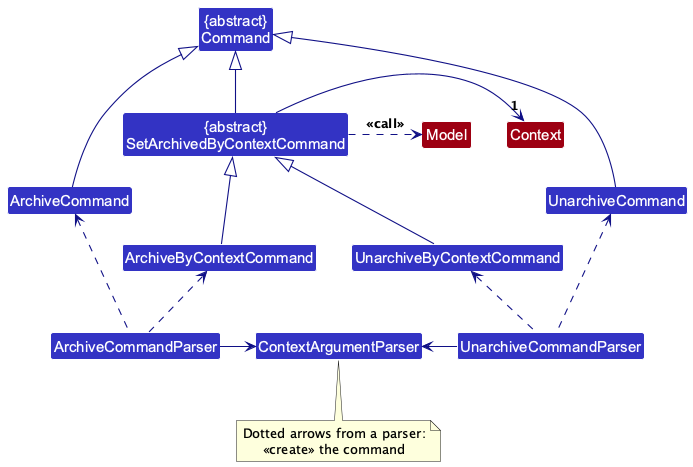
This is docs/images/ArchiveCommandClassDiagram.png from AY2627S1-CS2103T-W10-2/tp, a PlantUML export, as it was before one commit.
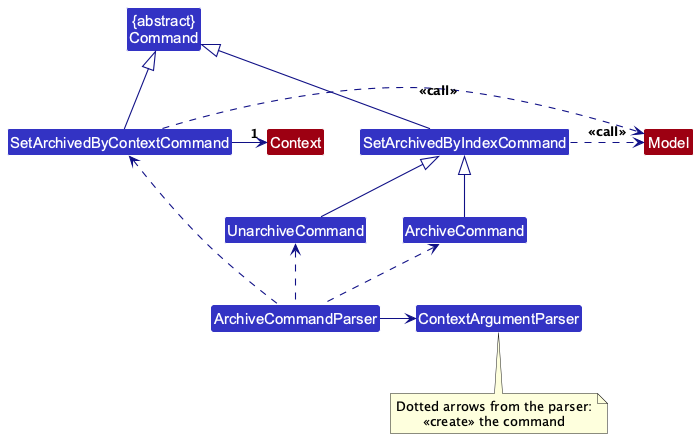
The same diagram one commit later.

Diff of the diagram source:
```diff
@@ -5,37 +5,33 @@
 skinparam classBackgroundColor LOGIC_COLOR
 
 Class ArchiveCommandParser
-Class UnarchiveCommandParser
 Class ContextArgumentParser
 
 Class "{abstract}\nCommand" as Command
+Class SetArchivedByIndexCommand
 Class ArchiveCommand
 Class UnarchiveCommand
-Class "{abstract}\nSetArchivedByContextCommand" as SetArchivedByContextCommand
-Class ArchiveByContextCommand
-Class UnarchiveByContextCommand
+Class SetArchivedByContextCommand
 
 Class Model MODEL_COLOR
 Class Context MODEL_COLOR
 
-Command <|-down- ArchiveCommand
-Command <|-down- UnarchiveCommand
+Command <|-down- SetArchivedByIndexCommand
 Command <|-down- SetArchivedByContextCommand
-SetArchivedByContextCommand <|-down- ArchiveByContextCommand
-SetArchivedByContextCommand <|-down- UnarchiveByContextCommand
+SetArchivedByIndexCommand <|-down- ArchiveCommand
+SetArchivedByIndexCommand <|-down- UnarchiveCommand
 
 SetArchivedByContextCommand -right->"1" Context
 SetArchivedByContextCommand .right.> Model : <<call>>
+SetArchivedByIndexCommand .right.> Model : <<call>>
 
 ArchiveCommandParser .up.> ArchiveCommand
-ArchiveCommandParser .up.> ArchiveByContextCommand
-UnarchiveCommandParser .up.> UnarchiveCommand
-UnarchiveCommandParser .up.> UnarchiveByContextCommand
+ArchiveCommandParser .up.> UnarchiveCommand
+ArchiveCommandParser .up.> SetArchivedByContextCommand
 ArchiveCommandParser -right-> ContextArgumentParser
-UnarchiveCommandParser -left-> ContextArgumentParser
 
 note bottom of ContextArgumentParser
-  Dotted arrows from a parser:
+  Dotted arrows from the parser:
   <<create>> the command
 end note
 @enduml
```
